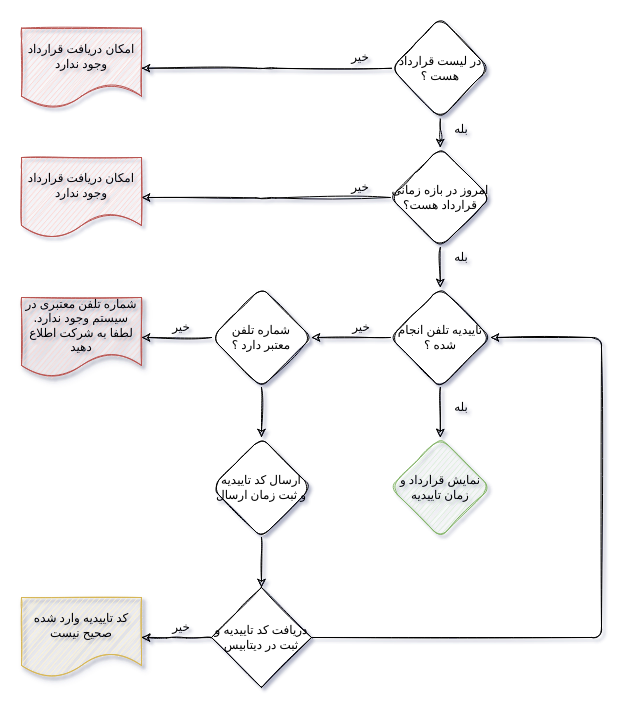
masoodvahid/flowcharts keeps this draw.io diagram as shaparak-ContractConfirmation.drawio. Above is the earlier version. Source tidied: cells renumbered, new cells numbered last; positions are measured from the earlier drawing's top-left corner, leaving out a move shared by most shapes. Both pictures are drawn from the tidied source at 100%, with x=0, y=0 at pixel (21, 17).
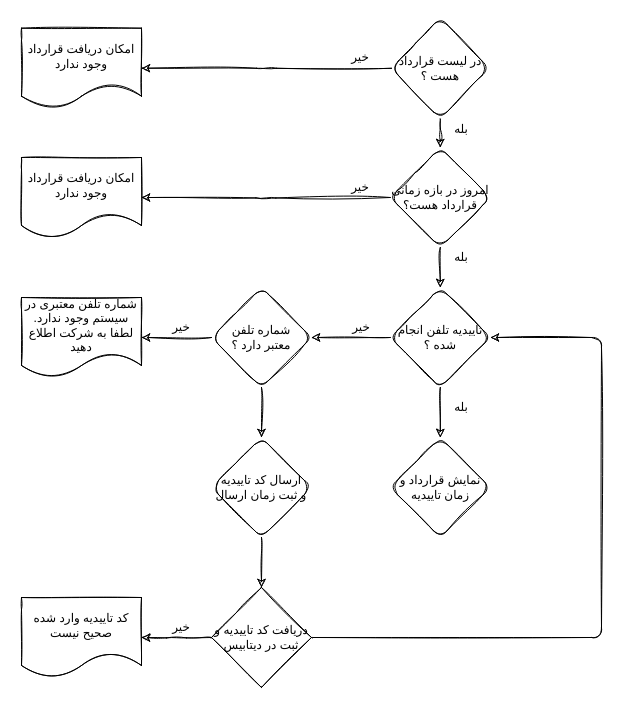
The same diagram, later.

Diff of the diagram source:
```diff
@@
-<mxGraphModel shadow="1">
+<mxGraphModel>
@@
-    <mxCell id="4" value="&lt;font face=&quot;Tahoma&quot;&gt;در لیست قرارداد&lt;br&gt; هست ؟&lt;/font&gt;" style="rhombus;whiteSpace=wrap;html=1;sketch=1;rounded=1;" parent="1" vertex="1">
+    <mxCell id="4" value="&lt;font face=&quot;Tahoma&quot;&gt;در لیست قرارداد&lt;br&gt; هست ؟&lt;/font&gt;" style="rhombus;whiteSpace=wrap;html=1;sketch=1;rounded=1;labelBorderColor=none;labelBackgroundColor=none;fontFamily=Vazir;" parent="1" vertex="1">
       <mxGeometry x="370" width="97.5" height="101.5" as="geometry" />
     </mxCell>
@@
-    <mxCell id="6" value="&lt;div&gt;امروز در بازه زمانی &lt;br&gt;قرارداد هست؟&lt;br&gt; &lt;/div&gt;" style="rhombus;whiteSpace=wrap;html=1;fontFamily=Tahoma;sketch=1;rounded=1;" parent="1" vertex="1">
+    <mxCell id="6" value="&lt;div&gt;امروز در بازه زمانی &lt;br&gt;قرارداد هست؟&lt;br&gt; &lt;/div&gt;" style="rhombus;whiteSpace=wrap;html=1;fontFamily=Vazir;sketch=1;rounded=1;labelBorderColor=none;labelBackgroundColor=none;" parent="1" vertex="1">
       <mxGeometry x="368.8" y="130" width="100" height="100" as="geometry" />
     </mxCell>
@@
-    <mxCell id="9" value="تاییدیه تلفن انجام شده ؟" style="rhombus;whiteSpace=wrap;html=1;fontFamily=Tahoma;sketch=1;rounded=1;" parent="1" vertex="1">
+    <mxCell id="9" value="تاییدیه تلفن انجام شده ؟" style="rhombus;whiteSpace=wrap;html=1;fontFamily=Vazir;sketch=1;rounded=1;labelBorderColor=none;labelBackgroundColor=none;" parent="1" vertex="1">
       <mxGeometry x="368.8" y="270" width="100" height="100" as="geometry" />
     </mxCell>
@@
-    <mxCell id="12" value="شماره تلفن &lt;br&gt;معتبر دارد ؟" style="rhombus;whiteSpace=wrap;html=1;fontFamily=Tahoma;sketch=1;rounded=1;" parent="1" vertex="1">
+    <mxCell id="12" value="شماره تلفن &lt;br&gt;معتبر دارد ؟" style="rhombus;whiteSpace=wrap;html=1;fontFamily=Vazir;sketch=1;rounded=1;labelBorderColor=none;labelBackgroundColor=none;" parent="1" vertex="1">
       <mxGeometry x="190" y="270" width="100" height="100" as="geometry" />
     </mxCell>
@@
-    <mxCell id="14" value="ارسال کد تاییدیه&lt;br&gt;و ثبت زمان ارسال" style="rhombus;whiteSpace=wrap;html=1;fontFamily=Tahoma;sketch=1;rounded=1;" parent="1" vertex="1">
+    <mxCell id="14" value="ارسال کد تاییدیه&lt;br&gt;و ثبت زمان ارسال" style="rhombus;whiteSpace=wrap;html=1;fontFamily=Vazir;sketch=1;rounded=1;labelBorderColor=none;labelBackgroundColor=none;" parent="1" vertex="1">
       <mxGeometry x="190" y="420" width="100" height="100" as="geometry" />
     </mxCell>
-    <mxCell id="15" value="نمایش قرارداد و زمان تاییدیه" style="rhombus;whiteSpace=wrap;html=1;fontFamily=Tahoma;fillColor=#d5e8d4;strokeColor=#82b366;sketch=1;rounded=1;" parent="1" vertex="1">
+    <mxCell id="15" value="نمایش قرارداد و زمان تاییدیه" style="rhombus;whiteSpace=wrap;html=1;fontFamily=Vazir;sketch=1;rounded=1;labelBorderColor=none;labelBackgroundColor=none;" parent="1" vertex="1">
       <mxGeometry x="368.8" y="420" width="100" height="100" as="geometry" />
     </mxCell>
-    <mxCell id="16" value="شماره تلفن معتبری در سیستم وجود ندارد. لطفا به شرکت اطلاع دهید" style="shape=document;whiteSpace=wrap;html=1;boundedLbl=1;fontFamily=Tahoma;fillColor=#f8cecc;strokeColor=#b85450;shadow=1;sketch=1;rounded=1;" parent="1" vertex="1">
+    <mxCell id="16" value="شماره تلفن معتبری در سیستم وجود ندارد. لطفا به شرکت اطلاع دهید" style="shape=document;whiteSpace=wrap;html=1;boundedLbl=1;fontFamily=Vazir;shadow=0;sketch=1;rounded=1;labelBorderColor=none;labelBackgroundColor=none;" parent="1" vertex="1">
       <mxGeometry y="280" width="120" height="80" as="geometry" />
     </mxCell>
@@
-    <mxCell id="18" value="دریافت کد تاییدیه و ثبت در دیتابیس" style="rhombus;whiteSpace=wrap;html=1;fontFamily=Tahoma;shadow=0;arcSize=0;sketch=1;rounded=1;" parent="1" vertex="1">
+    <mxCell id="18" value="دریافت کد تاییدیه و ثبت در دیتابیس" style="rhombus;whiteSpace=wrap;html=1;fontFamily=Vazir;shadow=0;arcSize=0;sketch=1;rounded=1;labelBorderColor=none;labelBackgroundColor=none;" parent="1" vertex="1">
       <mxGeometry x="190" y="570" width="100" height="100" as="geometry" />
     </mxCell>
@@
-    <mxCell id="26" value="کد تاییدیه وارد شده صحیح نیست" style="shape=document;whiteSpace=wrap;html=1;boundedLbl=1;fontFamily=Tahoma;fillColor=#fff2cc;strokeColor=#d6b656;shadow=1;sketch=1;rounded=1;" parent="1" vertex="1">
+    <mxCell id="26" value="کد تاییدیه وارد شده صحیح نیست" style="shape=document;whiteSpace=wrap;html=1;boundedLbl=1;fontFamily=Vazir;shadow=0;sketch=1;rounded=1;labelBorderColor=none;labelBackgroundColor=none;" parent="1" vertex="1">
       <mxGeometry y="580" width="120" height="80" as="geometry" />
     </mxCell>
@@
-    <mxCell id="28" value="امکان دریافت قرارداد وجود ندارد" style="shape=document;whiteSpace=wrap;html=1;boundedLbl=1;fontFamily=Tahoma;fillColor=#f8cecc;strokeColor=#b85450;sketch=1;rounded=1;" parent="1" vertex="1">
+    <mxCell id="28" value="امکان دریافت قرارداد وجود ندارد" style="shape=document;whiteSpace=wrap;html=1;boundedLbl=1;fontFamily=Vazir;sketch=1;rounded=1;labelBorderColor=none;labelBackgroundColor=none;" parent="1" vertex="1">
       <mxGeometry y="140" width="120" height="80" as="geometry" />
     </mxCell>
@@
-    <mxCell id="30" value="امکان دریافت قرارداد وجود ندارد" style="shape=document;whiteSpace=wrap;html=1;boundedLbl=1;fontFamily=vazir;fillColor=#f8cecc;strokeColor=#b85450;sketch=1;rounded=1;" parent="1" vertex="1">
+    <mxCell id="30" value="امکان دریافت قرارداد وجود ندارد" style="shape=document;whiteSpace=wrap;html=1;boundedLbl=1;fontFamily=vazir;sketch=1;rounded=1;" parent="1" vertex="1">
       <mxGeometry y="10.7" width="120" height="80" as="geometry" />
     </mxCell>
```
